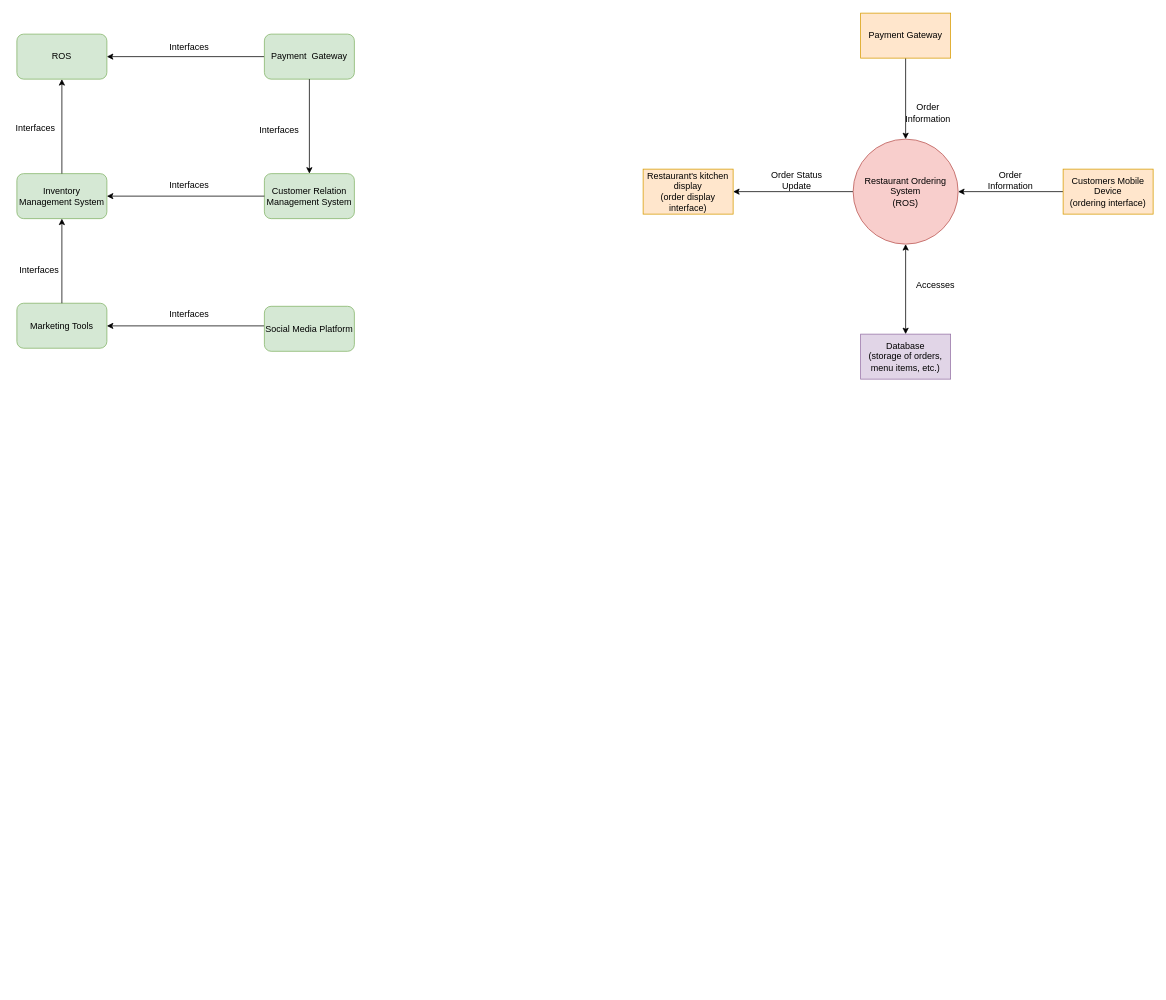
The draw.io diagram Untitled Diagram.drawio in PloKoon68/Sport-Complexes-Management-System-Database, before the edit. Source tidied: cells renumbered, new cells numbered last; positions are measured from the earlier drawing's top-left corner, leaving out a move shared by most shapes. Both pictures are drawn from the tidied source at 75%, with x=0, y=0 at pixel (13, 13).
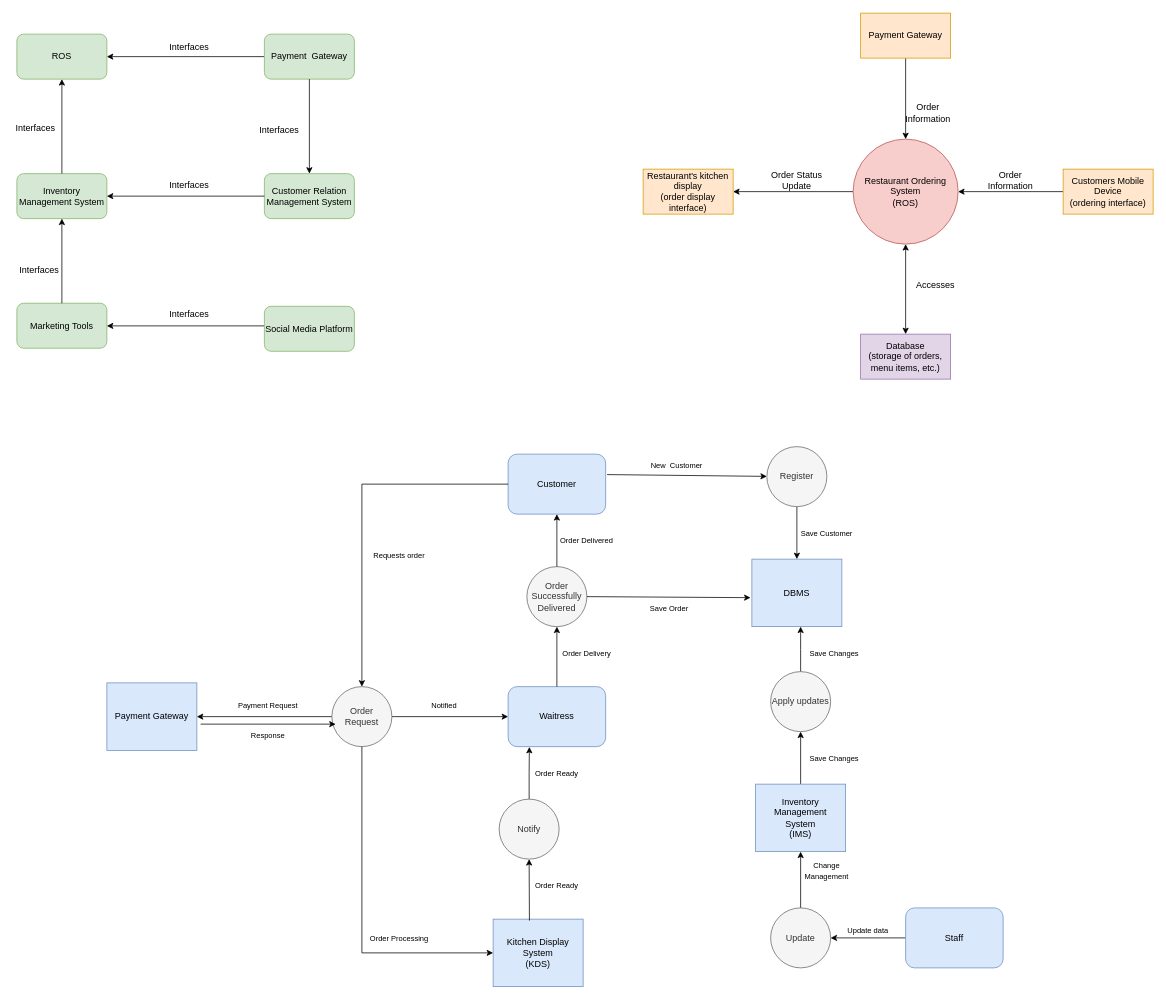
Above is the later version.

What changed in the source:
```diff
@@
+    <mxCell id="33" value="Payment Gateway" style="rounded=0;whiteSpace=wrap;html=1;fillColor=#dae8fc;strokeColor=#6c8ebf;" parent="1" vertex="1">
+      <mxGeometry x="125" y="893" width="120" height="90" as="geometry" />
+    </mxCell>
+    <mxCell id="34" style="edgeStyle=orthogonalEdgeStyle;rounded=0;jettySize=auto;html=1;entryX=0.218;entryY=1.005;entryDx=0;entryDy=0;entryPerimeter=0;" parent="1" edge="1" source="35" target="45">
+      <mxGeometry relative="1" as="geometry" />
+    </mxCell>
+    <mxCell id="35" value="Notify" style="ellipse;whiteSpace=wrap;html=1;fillColor=#f5f5f5;fontColor=#333333;strokeColor=#666666;" parent="1" vertex="1">
+      <mxGeometry x="648" y="1048" width="80" height="80" as="geometry" />
+    </mxCell>
+    <mxCell id="36" value="Customer" style="rounded=1;whiteSpace=wrap;html=1;fillColor=#dae8fc;strokeColor=#6c8ebf;" parent="1" vertex="1">
+      <mxGeometry x="660" y="588" width="130" height="80" as="geometry" />
+    </mxCell>
+    <mxCell id="37" style="edgeStyle=orthogonalEdgeStyle;rounded=0;jettySize=auto;html=1;entryX=1;entryY=0.5;entryDx=0;entryDy=0;" parent="1" edge="1" source="39" target="33">
+      <mxGeometry relative="1" as="geometry" />
+    </mxCell>
+    <mxCell id="38" style="edgeStyle=orthogonalEdgeStyle;rounded=0;jettySize=auto;html=1;" parent="1" edge="1" source="39" target="45">
+      <mxGeometry relative="1" as="geometry" />
+    </mxCell>
+    <mxCell id="39" value="Order Request" style="ellipse;whiteSpace=wrap;html=1;fillColor=#f5f5f5;fontColor=#333333;strokeColor=#666666;" parent="1" vertex="1">
+      <mxGeometry x="425" y="898" width="80" height="80" as="geometry" />
+    </mxCell>
+    <mxCell id="40" style="endArrow=classic;html=1;rounded=0;" parent="1" edge="1" source="36" target="39">
+      <mxGeometry relative="1" as="geometry">
+        <Array as="points">
+          <mxPoint x="465" y="628" />
+        </Array>
+      </mxGeometry>
+    </mxCell>
+    <mxCell id="41" style="endArrow=classic;html=1;rounded=0;entryX=0.063;entryY=0.625;entryDx=0;entryDy=0;entryPerimeter=0;" parent="1" edge="1" target="39">
+      <mxGeometry relative="1" as="geometry">
+        <mxPoint x="250" y="948" as="sourcePoint" />
+      </mxGeometry>
+    </mxCell>
+    <mxCell id="42" value="&lt;font style=&quot;font-size: 10px;&quot;&gt;Payment Request&lt;/font&gt;" style="text;html=1;strokeColor=none;fillColor=none;align=center;verticalAlign=middle;whiteSpace=wrap;rounded=0;" parent="1" vertex="1">
+      <mxGeometry x="295" y="908" width="90" height="30" as="geometry" />
+    </mxCell>
+    <mxCell id="43" value="&lt;font style=&quot;font-size: 10px;&quot;&gt;Response&lt;/font&gt;" style="text;html=1;strokeColor=none;fillColor=none;align=center;verticalAlign=middle;whiteSpace=wrap;rounded=0;" parent="1" vertex="1">
+      <mxGeometry x="295" y="948" width="90" height="30" as="geometry" />
+    </mxCell>
+    <mxCell id="44" value="&lt;font style=&quot;font-size: 10px;&quot;&gt;Requests order&lt;/font&gt;" style="text;html=1;strokeColor=none;fillColor=none;align=center;verticalAlign=middle;whiteSpace=wrap;rounded=0;" parent="1" vertex="1">
+      <mxGeometry x="470" y="708" width="90" height="30" as="geometry" />
+    </mxCell>
+    <mxCell id="45" value="Waitress" style="rounded=1;whiteSpace=wrap;html=1;fillColor=#dae8fc;strokeColor=#6c8ebf;" parent="1" vertex="1">
+      <mxGeometry x="660" y="898" width="130" height="80" as="geometry" />
+    </mxCell>
+    <mxCell id="46" value="&lt;span style=&quot;font-size: 10px;&quot;&gt;Notified&lt;/span&gt;" style="text;html=1;strokeColor=none;fillColor=none;align=center;verticalAlign=middle;whiteSpace=wrap;rounded=0;" parent="1" vertex="1">
+      <mxGeometry x="530" y="908" width="90" height="30" as="geometry" />
+    </mxCell>
+    <mxCell id="47" value="Kitchen Display System&lt;br&gt;(KDS)" style="rounded=0;whiteSpace=wrap;html=1;fillColor=#dae8fc;strokeColor=#6c8ebf;" parent="1" vertex="1">
+      <mxGeometry x="640" y="1208" width="120" height="90" as="geometry" />
+    </mxCell>
+    <mxCell id="48" style="endArrow=classic;html=1;rounded=0;" parent="1" edge="1" source="39" target="47">
+      <mxGeometry relative="1" as="geometry">
+        <Array as="points">
+          <mxPoint x="465" y="1253" />
+        </Array>
+      </mxGeometry>
+    </mxCell>
+    <mxCell id="49" value="&lt;span style=&quot;font-size: 10px;&quot;&gt;Order Processing&lt;/span&gt;" style="text;html=1;strokeColor=none;fillColor=none;align=center;verticalAlign=middle;whiteSpace=wrap;rounded=0;" parent="1" vertex="1">
+      <mxGeometry x="470" y="1218" width="90" height="30" as="geometry" />
+    </mxCell>
+    <mxCell id="50" style="endArrow=classic;html=1;rounded=0;exitX=0.445;exitY=0.021;exitDx=0;exitDy=0;exitPerimeter=0;" parent="1" edge="1" target="35">
+      <mxGeometry relative="1" as="geometry">
+        <mxPoint x="688.4" y="1209.9" as="sourcePoint" />
+      </mxGeometry>
+    </mxCell>
+    <mxCell id="51" value="&lt;span style=&quot;font-size: 10px;&quot;&gt;Order Ready&lt;/span&gt;" style="text;html=1;strokeColor=none;fillColor=none;align=center;verticalAlign=middle;whiteSpace=wrap;rounded=0;" parent="1" vertex="1">
+      <mxGeometry x="680" y="1148" width="90" height="30" as="geometry" />
+    </mxCell>
+    <mxCell id="52" style="endArrow=classic;html=1;rounded=0;exitX=0.5;exitY=0;exitDx=0;exitDy=0;" parent="1" edge="1" source="45" target="57">
+      <mxGeometry relative="1" as="geometry" />
+    </mxCell>
+    <mxCell id="53" value="&lt;span style=&quot;font-size: 10px;&quot;&gt;Order Delivery&lt;/span&gt;" style="text;html=1;strokeColor=none;fillColor=none;align=center;verticalAlign=middle;whiteSpace=wrap;rounded=0;" parent="1" vertex="1">
+      <mxGeometry x="720" y="838" width="90" height="30" as="geometry" />
+    </mxCell>
+    <mxCell id="54" value="&lt;span style=&quot;font-size: 10px;&quot;&gt;Order Ready&lt;/span&gt;" style="text;html=1;strokeColor=none;fillColor=none;align=center;verticalAlign=middle;whiteSpace=wrap;rounded=0;" parent="1" vertex="1">
+      <mxGeometry x="680" y="998" width="90" height="30" as="geometry" />
+    </mxCell>
+    <mxCell id="55" style="edgeStyle=orthogonalEdgeStyle;rounded=0;jettySize=auto;html=1;entryX=1;entryY=0.5;entryDx=0;entryDy=0;" parent="1" edge="1" source="56" target="69">
+      <mxGeometry relative="1" as="geometry" />
+    </mxCell>
+    <mxCell id="56" value="Staff" style="rounded=1;whiteSpace=wrap;html=1;fillColor=#dae8fc;strokeColor=#6c8ebf;" parent="1" vertex="1">
+      <mxGeometry x="1190" y="1193" width="130" height="80" as="geometry" />
+    </mxCell>
+    <mxCell id="57" value="Order Successfully&lt;br&gt;Delivered" style="ellipse;whiteSpace=wrap;html=1;fillColor=#f5f5f5;fontColor=#333333;strokeColor=#666666;" parent="1" vertex="1">
+      <mxGeometry x="685" y="738" width="80" height="80" as="geometry" />
+    </mxCell>
+    <mxCell id="58" value="&lt;span style=&quot;font-size: 10px;&quot;&gt;Order Delivered&lt;/span&gt;" style="text;html=1;strokeColor=none;fillColor=none;align=center;verticalAlign=middle;whiteSpace=wrap;rounded=0;" parent="1" vertex="1">
+      <mxGeometry x="720" y="688" width="90" height="30" as="geometry" />
+    </mxCell>
+    <mxCell id="59" style="endArrow=classic;html=1;rounded=0;" parent="1" edge="1" source="57" target="36">
+      <mxGeometry relative="1" as="geometry" />
+    </mxCell>
+    <mxCell id="60" value="DBMS&lt;br&gt;" style="rounded=0;whiteSpace=wrap;html=1;fillColor=#dae8fc;strokeColor=#6c8ebf;" parent="1" vertex="1">
+      <mxGeometry x="985" y="728" width="120" height="90" as="geometry" />
+    </mxCell>
+    <mxCell id="61" style="endArrow=classic;html=1;rounded=0;exitX=1;exitY=0.5;exitDx=0;exitDy=0;entryX=-0.015;entryY=0.571;entryDx=0;entryDy=0;entryPerimeter=0;" parent="1" edge="1" source="57" target="60">
+      <mxGeometry relative="1" as="geometry" />
+    </mxCell>
+    <mxCell id="62" style="edgeStyle=orthogonalEdgeStyle;rounded=0;jettySize=auto;html=1;entryX=0.5;entryY=0;entryDx=0;entryDy=0;" parent="1" edge="1" source="63" target="60">
+      <mxGeometry relative="1" as="geometry" />
+    </mxCell>
+    <mxCell id="63" value="Register" style="ellipse;whiteSpace=wrap;html=1;fillColor=#f5f5f5;fontColor=#333333;strokeColor=#666666;" parent="1" vertex="1">
+      <mxGeometry x="1005" y="578" width="80" height="80" as="geometry" />
+    </mxCell>
+    <mxCell id="64" style="endArrow=classic;html=1;rounded=0;exitX=1.015;exitY=0.341;exitDx=0;exitDy=0;exitPerimeter=0;" parent="1" edge="1" source="36" target="63">
+      <mxGeometry relative="1" as="geometry" />
+    </mxCell>
+    <mxCell id="65" value="&lt;span style=&quot;font-size: 10px;&quot;&gt;Save Customer&lt;/span&gt;" style="text;html=1;strokeColor=none;fillColor=none;align=center;verticalAlign=middle;whiteSpace=wrap;rounded=0;" parent="1" vertex="1">
+      <mxGeometry x="1040" y="678" width="90" height="30" as="geometry" />
+    </mxCell>
+    <mxCell id="66" value="&lt;span style=&quot;font-size: 10px;&quot;&gt;New&amp;nbsp; Customer&lt;/span&gt;" style="text;html=1;strokeColor=none;fillColor=none;align=center;verticalAlign=middle;whiteSpace=wrap;rounded=0;" parent="1" vertex="1">
+      <mxGeometry x="840" y="588" width="90" height="30" as="geometry" />
+    </mxCell>
+    <mxCell id="67" value="&lt;span style=&quot;font-size: 10px;&quot;&gt;Save Order&lt;/span&gt;" style="text;html=1;strokeColor=none;fillColor=none;align=center;verticalAlign=middle;whiteSpace=wrap;rounded=0;" parent="1" vertex="1">
+      <mxGeometry x="830" y="778" width="90" height="30" as="geometry" />
+    </mxCell>
+    <mxCell id="68" style="edgeStyle=orthogonalEdgeStyle;rounded=0;jettySize=auto;html=1;entryX=0.5;entryY=1;entryDx=0;entryDy=0;" parent="1" edge="1" source="69" target="73">
+      <mxGeometry relative="1" as="geometry" />
+    </mxCell>
+    <mxCell id="69" value="Update" style="ellipse;whiteSpace=wrap;html=1;fillColor=#f5f5f5;fontColor=#333333;strokeColor=#666666;" parent="1" vertex="1">
+      <mxGeometry x="1010" y="1193" width="80" height="80" as="geometry" />
+    </mxCell>
+    <mxCell id="70" value="&lt;span style=&quot;font-size: 10px;&quot;&gt;Save Changes&lt;/span&gt;" style="text;html=1;strokeColor=none;fillColor=none;align=center;verticalAlign=middle;whiteSpace=wrap;rounded=0;" parent="1" vertex="1">
+      <mxGeometry x="1050" y="838" width="90" height="30" as="geometry" />
+    </mxCell>
+    <mxCell id="71" value="&lt;span style=&quot;font-size: 10px;&quot;&gt;Update data&lt;/span&gt;" style="text;html=1;strokeColor=none;fillColor=none;align=center;verticalAlign=middle;whiteSpace=wrap;rounded=0;" parent="1" vertex="1">
+      <mxGeometry x="1095" y="1208" width="90" height="30" as="geometry" />
+    </mxCell>
+    <mxCell id="72" style="edgeStyle=orthogonalEdgeStyle;rounded=0;jettySize=auto;html=1;entryX=0.5;entryY=1;entryDx=0;entryDy=0;" parent="1" edge="1" source="73" target="76">
+      <mxGeometry relative="1" as="geometry" />
+    </mxCell>
+    <mxCell id="73" value="Inventory Management&lt;br&gt;System&lt;br&gt;(IMS)" style="rounded=0;whiteSpace=wrap;html=1;fillColor=#dae8fc;strokeColor=#6c8ebf;" parent="1" vertex="1">
+      <mxGeometry x="990" y="1028" width="120" height="90" as="geometry" />
+    </mxCell>
+    <mxCell id="74" value="&lt;span style=&quot;font-size: 10px;&quot;&gt;Change Management&lt;/span&gt;" style="text;html=1;strokeColor=none;fillColor=none;align=center;verticalAlign=middle;whiteSpace=wrap;rounded=0;" parent="1" vertex="1">
+      <mxGeometry x="1040" y="1128" width="90" height="30" as="geometry" />
+    </mxCell>
+    <mxCell id="75" style="edgeStyle=orthogonalEdgeStyle;rounded=0;jettySize=auto;html=1;" parent="1" edge="1" source="76">
+      <mxGeometry relative="1" as="geometry">
+        <mxPoint x="1050" y="818" as="targetPoint" />
+      </mxGeometry>
+    </mxCell>
+    <mxCell id="76" value="Apply updates" style="ellipse;whiteSpace=wrap;html=1;fillColor=#f5f5f5;fontColor=#333333;strokeColor=#666666;" parent="1" vertex="1">
+      <mxGeometry x="1010" y="878" width="80" height="80" as="geometry" />
+    </mxCell>
+    <mxCell id="77" value="&lt;span style=&quot;font-size: 10px;&quot;&gt;Save Changes&lt;/span&gt;" style="text;html=1;strokeColor=none;fillColor=none;align=center;verticalAlign=middle;whiteSpace=wrap;rounded=0;" parent="1" vertex="1">
+      <mxGeometry x="1050" y="978" width="90" height="30" as="geometry" />
+    </mxCell>
```
